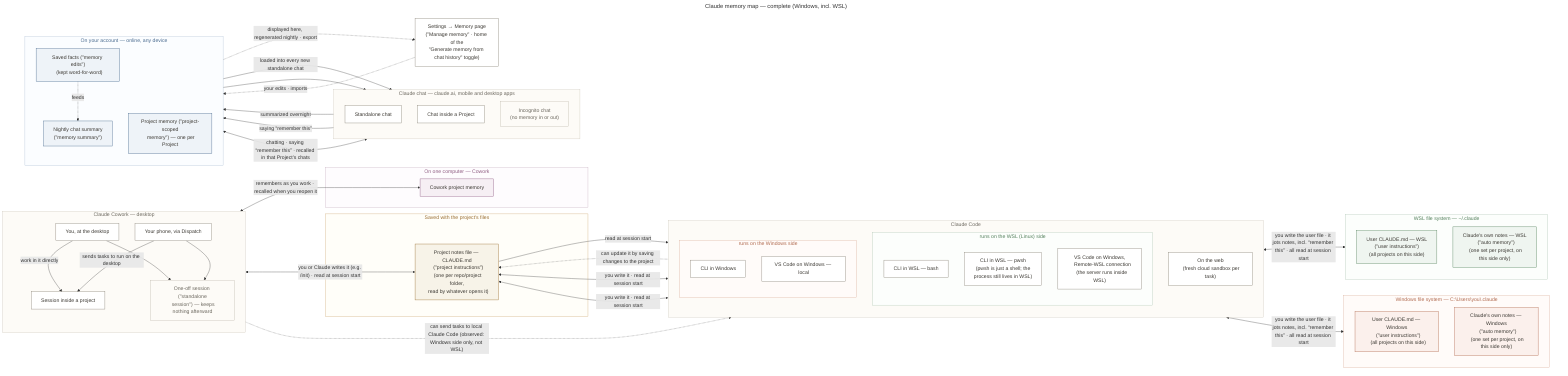
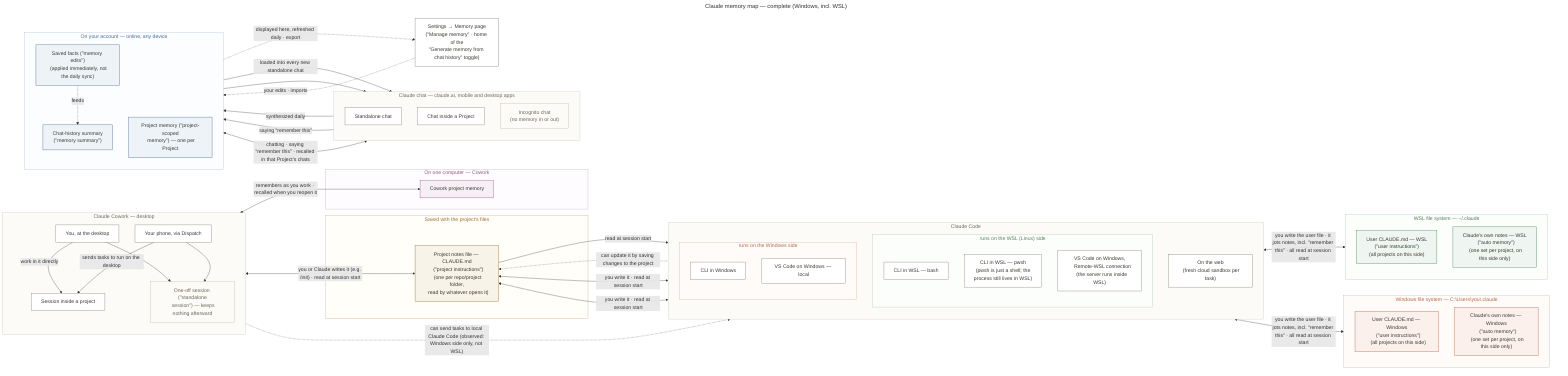
---
title: "Claude memory map — complete (Windows, incl. WSL)"
---
flowchart LR

subgraph CHAT["Claude chat — claude.ai, mobile and desktop apps"]
direction TB
  C1["Standalone chat"]
  C2["Chat inside a Project"]
  C3["Incognito chat
  (no memory in or out)"]
end

subgraph ACCT["On your account — online, any device"]
direction TB
  S1["Saved facts (&quot;memory edits&quot;)
-   (kept word-for-word)"]
-   S2["Nightly chat summary
+   (applied immediately, not the daily sync)"]
+   S2["Chat-history summary
  (&quot;memory summary&quot;)"]
  S3["Project memory (&quot;project-scoped
  memory&quot;) — one per Project"]
end

SET["Settings → Memory page
(&quot;Manage memory&quot; · home of the
&quot;Generate memory from chat history&quot; toggle)"]

subgraph CODE["Claude Code"]
direction TB

  subgraph WSLSIDE["runs on the WSL (Linux) side"]
  direction TB
    K1["CLI in WSL — bash"]
    K2["CLI in WSL — pwsh
    (pwsh is just a shell; the
    process still lives in WSL)"]
    K3["VS Code on Windows,
    Remote-WSL connection
    (the server runs inside WSL)"]
  end

  subgraph WINSIDE["runs on the Windows side"]
  direction TB
    K4["CLI in Windows"]
    K5["VS Code on Windows — local"]
  end

  C5["On the web
  (fresh cloud sandbox per task)"]
end

subgraph REPO["Saved with the project's files"]
  S4["Project notes file — CLAUDE.md
  (&quot;project instructions&quot;)
  (one per repo/project folder,
  read by whatever opens it)"]
end

subgraph WSLFS["WSL file system — ~/.claude"]
direction TB
  W1["User CLAUDE.md — WSL
  (&quot;user instructions&quot;)
  (all projects on this side)"]
  W2["Claude's own notes — WSL
  (&quot;auto memory&quot;)
  (one set per project, on this side only)"]
end

subgraph WINFS["Windows file system — C:\Users\you\.claude"]
direction TB
  N1["User CLAUDE.md — Windows
  (&quot;user instructions&quot;)
  (all projects on this side)"]
  N2["Claude's own notes — Windows
  (&quot;auto memory&quot;)
  (one set per project, on this side only)"]
end

subgraph CW["Claude Cowork — desktop"]
direction TB
  YOU["You, at the desktop"]
  C8["Your phone, via Dispatch"]
  C6["Session inside a project"]
  C7["One-off session (&quot;standalone
  session&quot;) — keeps nothing afterward"]
end

subgraph CWLOC["On one computer — Cowork"]
  S7["Cowork project memory"]
end

- C1 -- "summarized overnight" --> S2
+ C1 -- "synthesized daily" --> S2
C1 -- "saying “remember this”" --> S1
S1 -. "feeds" .-> S2
S2 -- "loaded into every new standalone chat" --> C1
S1 --> C1
C2 <-- "chatting · saying “remember this” · recalled in that Project's chats" --> S3
- S2 -. "displayed here, regenerated nightly · export" .-> SET
+ S2 -. "displayed here, refreshed daily · export" .-> SET
SET -. "your edits · imports" .-> S1

WSLSIDE <-- "you write the user file · it jots notes, incl. “remember this” · all read at session start" --> WSLFS
WSLSIDE <-- "you write it · read at session start" --> S4

WINSIDE <-- "you write the user file · it jots notes, incl. “remember this” · all read at session start" --> WINFS
WINSIDE <-- "you write it · read at session start" --> S4

S4 -- "read at session start" --> C5
C5 -. "can update it by saving changes to the project" .-> S4

C6 <-- "remembers as you work · recalled when you reopen it" --> S7
YOU -- "work in it directly" --> C6
YOU --> C7
C8 -- "sends tasks to run on the desktop" --> C6
C8 --> C7

CW <-- "you or Claude writes it (e.g. /init) · read at session start" --> S4

C8 -. "can send tasks to local Claude Code (observed: Windows side only, not WSL)" .-> WINSIDE

classDef ctx fill:#FFFFFF,stroke:#8A8478,stroke-width:1.2px,color:#3D3A34
classDef quiet fill:#FDFBF7,stroke:#B7B1A4,stroke-width:1px,color:#6B675E
classDef acct fill:#EEF3F8,stroke:#4A6B8F,stroke-width:1.2px,color:#3D3A34
classDef repo fill:#F7F3E8,stroke:#9A6F33,stroke-width:1.2px,color:#3D3A34
classDef wsl fill:#EFF5F0,stroke:#54805C,stroke-width:1.2px,color:#3D3A34
classDef win fill:#FBF0EC,stroke:#B06A4F,stroke-width:1.2px,color:#3D3A34
classDef mac fill:#EDF1F5,stroke:#5B6B7F,stroke-width:1.2px,color:#3D3A34
classDef cwloc fill:#F6EFF4,stroke:#8F5C82,stroke-width:1.2px,color:#3D3A34
class C1,C2,K1,K2,K3,K4,K5,C5,C6,C8,YOU,SET ctx
class C3,C7 quiet
class S1,S2,S3 acct
class S4 repo
class W1,W2 wsl
class N1,N2 win
class S7 cwloc
style CHAT fill:#FDFBF7,stroke:#C9C3B6,stroke-width:1px,color:#6B675E
style CODE fill:#FDFBF7,stroke:#C9C3B6,stroke-width:1px,color:#6B675E
style CW fill:#FDFBF7,stroke:#C9C3B6,stroke-width:1px,color:#6B675E
style WSLSIDE fill:#FCFEFC,stroke:#A9C2AF,stroke-width:1px,color:#54805C
style WINSIDE fill:#FFFBF9,stroke:#D6A893,stroke-width:1px,color:#B06A4F
style ACCT fill:#FBFDFF,stroke:#A8BBD1,stroke-width:1px,color:#4A6B8F
style REPO fill:#FFFEF9,stroke:#C9A36B,stroke-width:1px,color:#9A6F33
style WSLFS fill:#FCFEFC,stroke:#A9C2AF,stroke-width:1px,color:#54805C
style WINFS fill:#FFFBF9,stroke:#D6A893,stroke-width:1px,color:#B06A4F
style CWLOC fill:#FEFCFE,stroke:#C2A9BB,stroke-width:1px,color:#8F5C82
